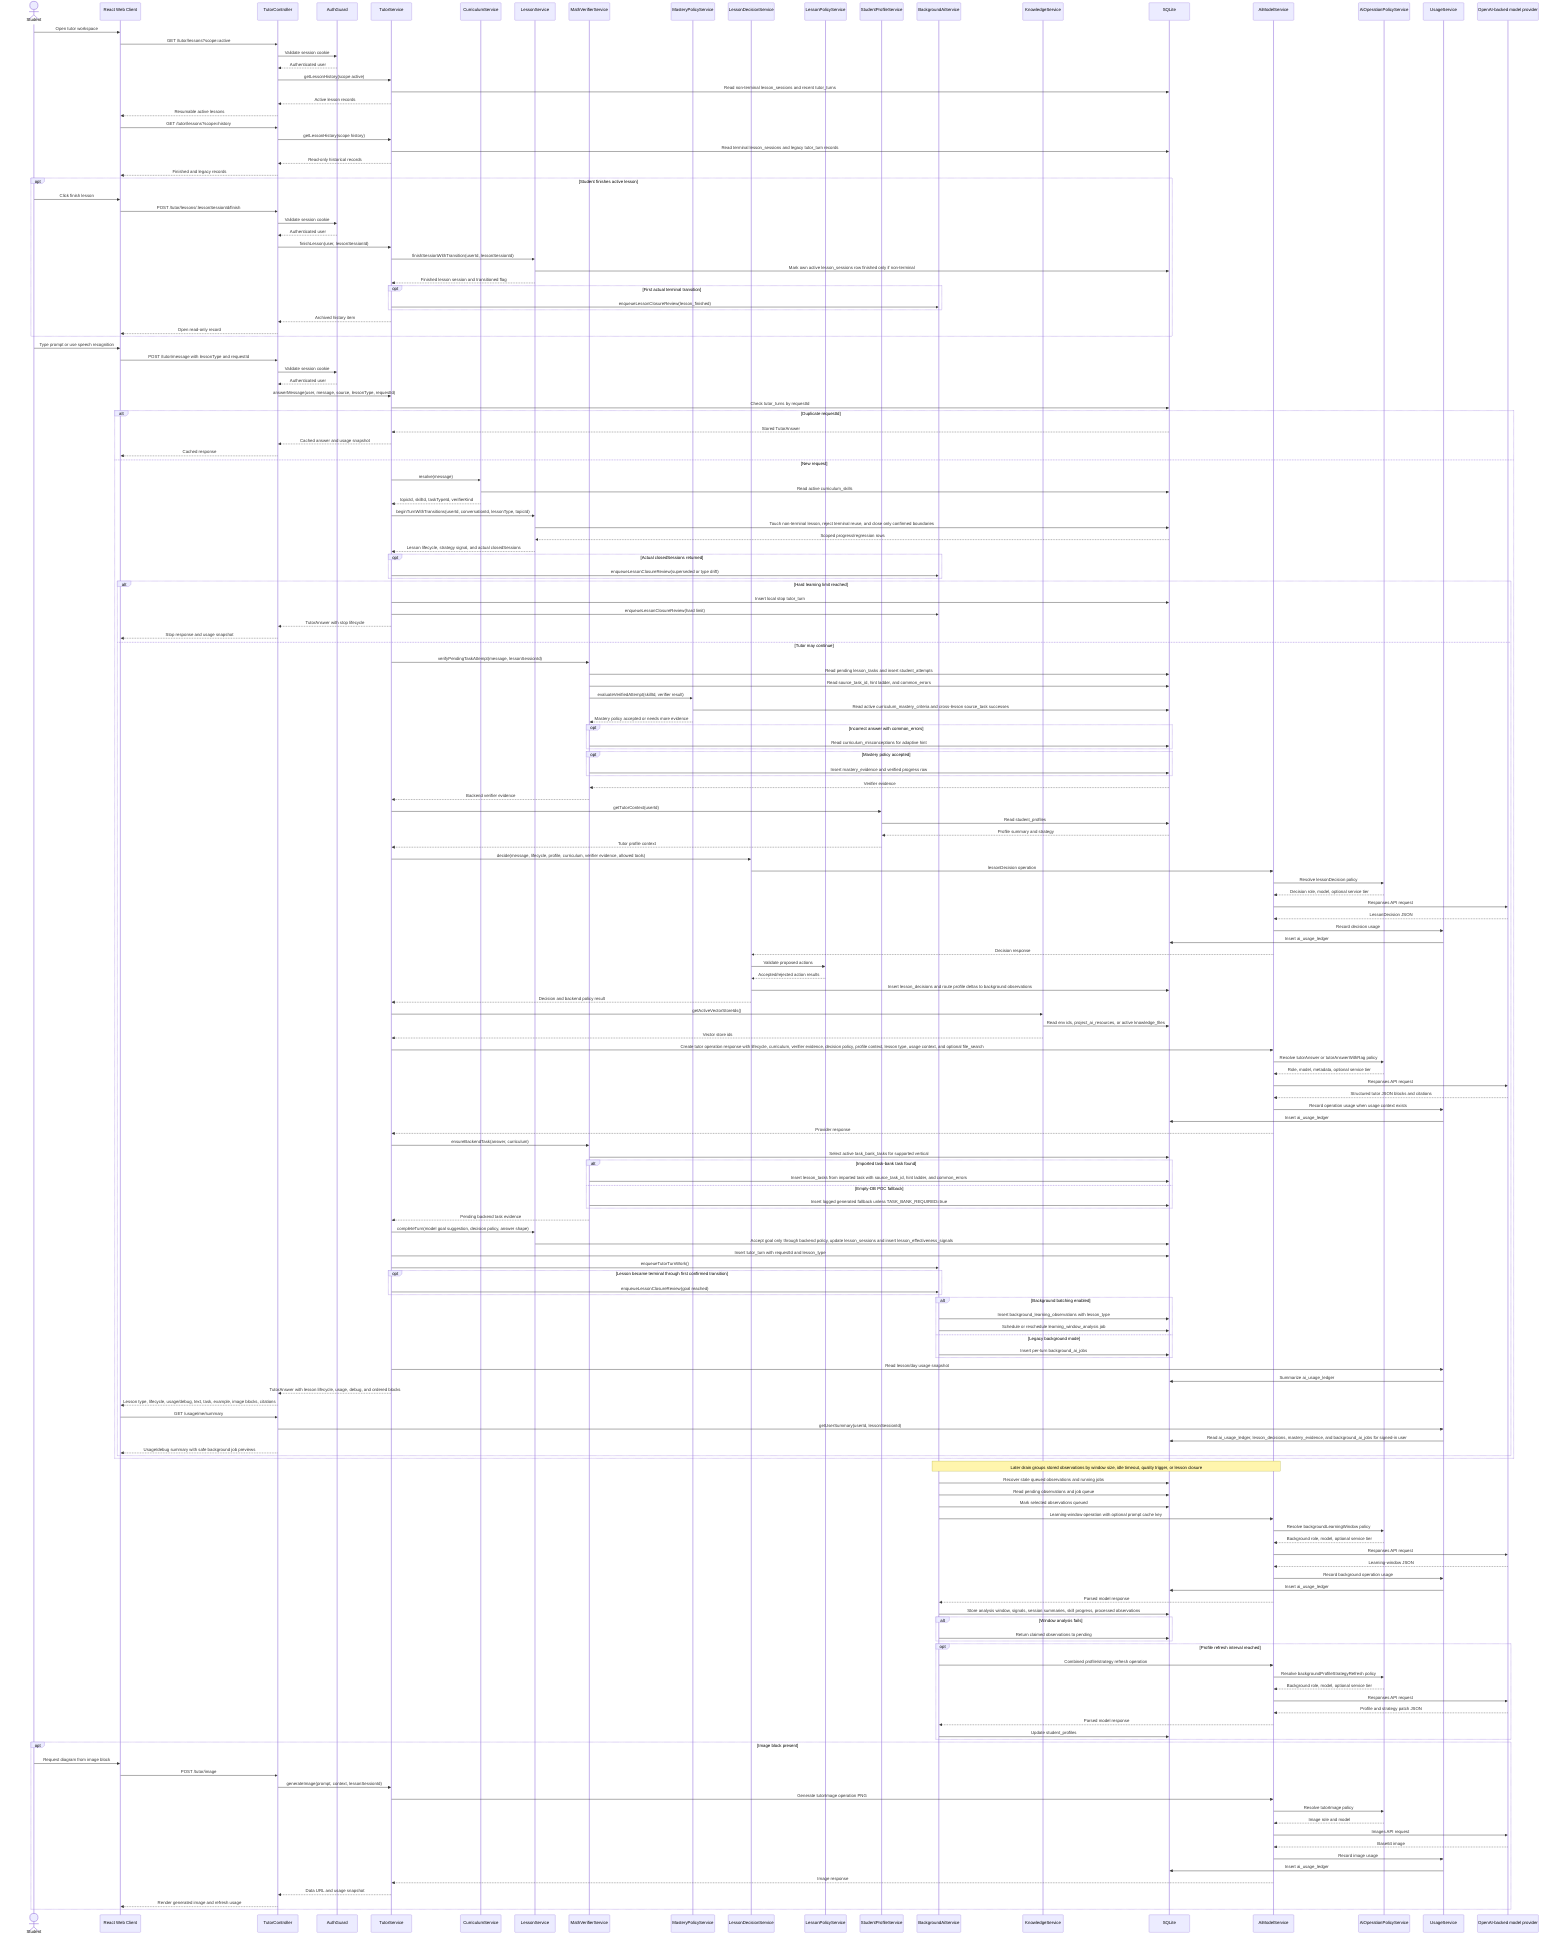
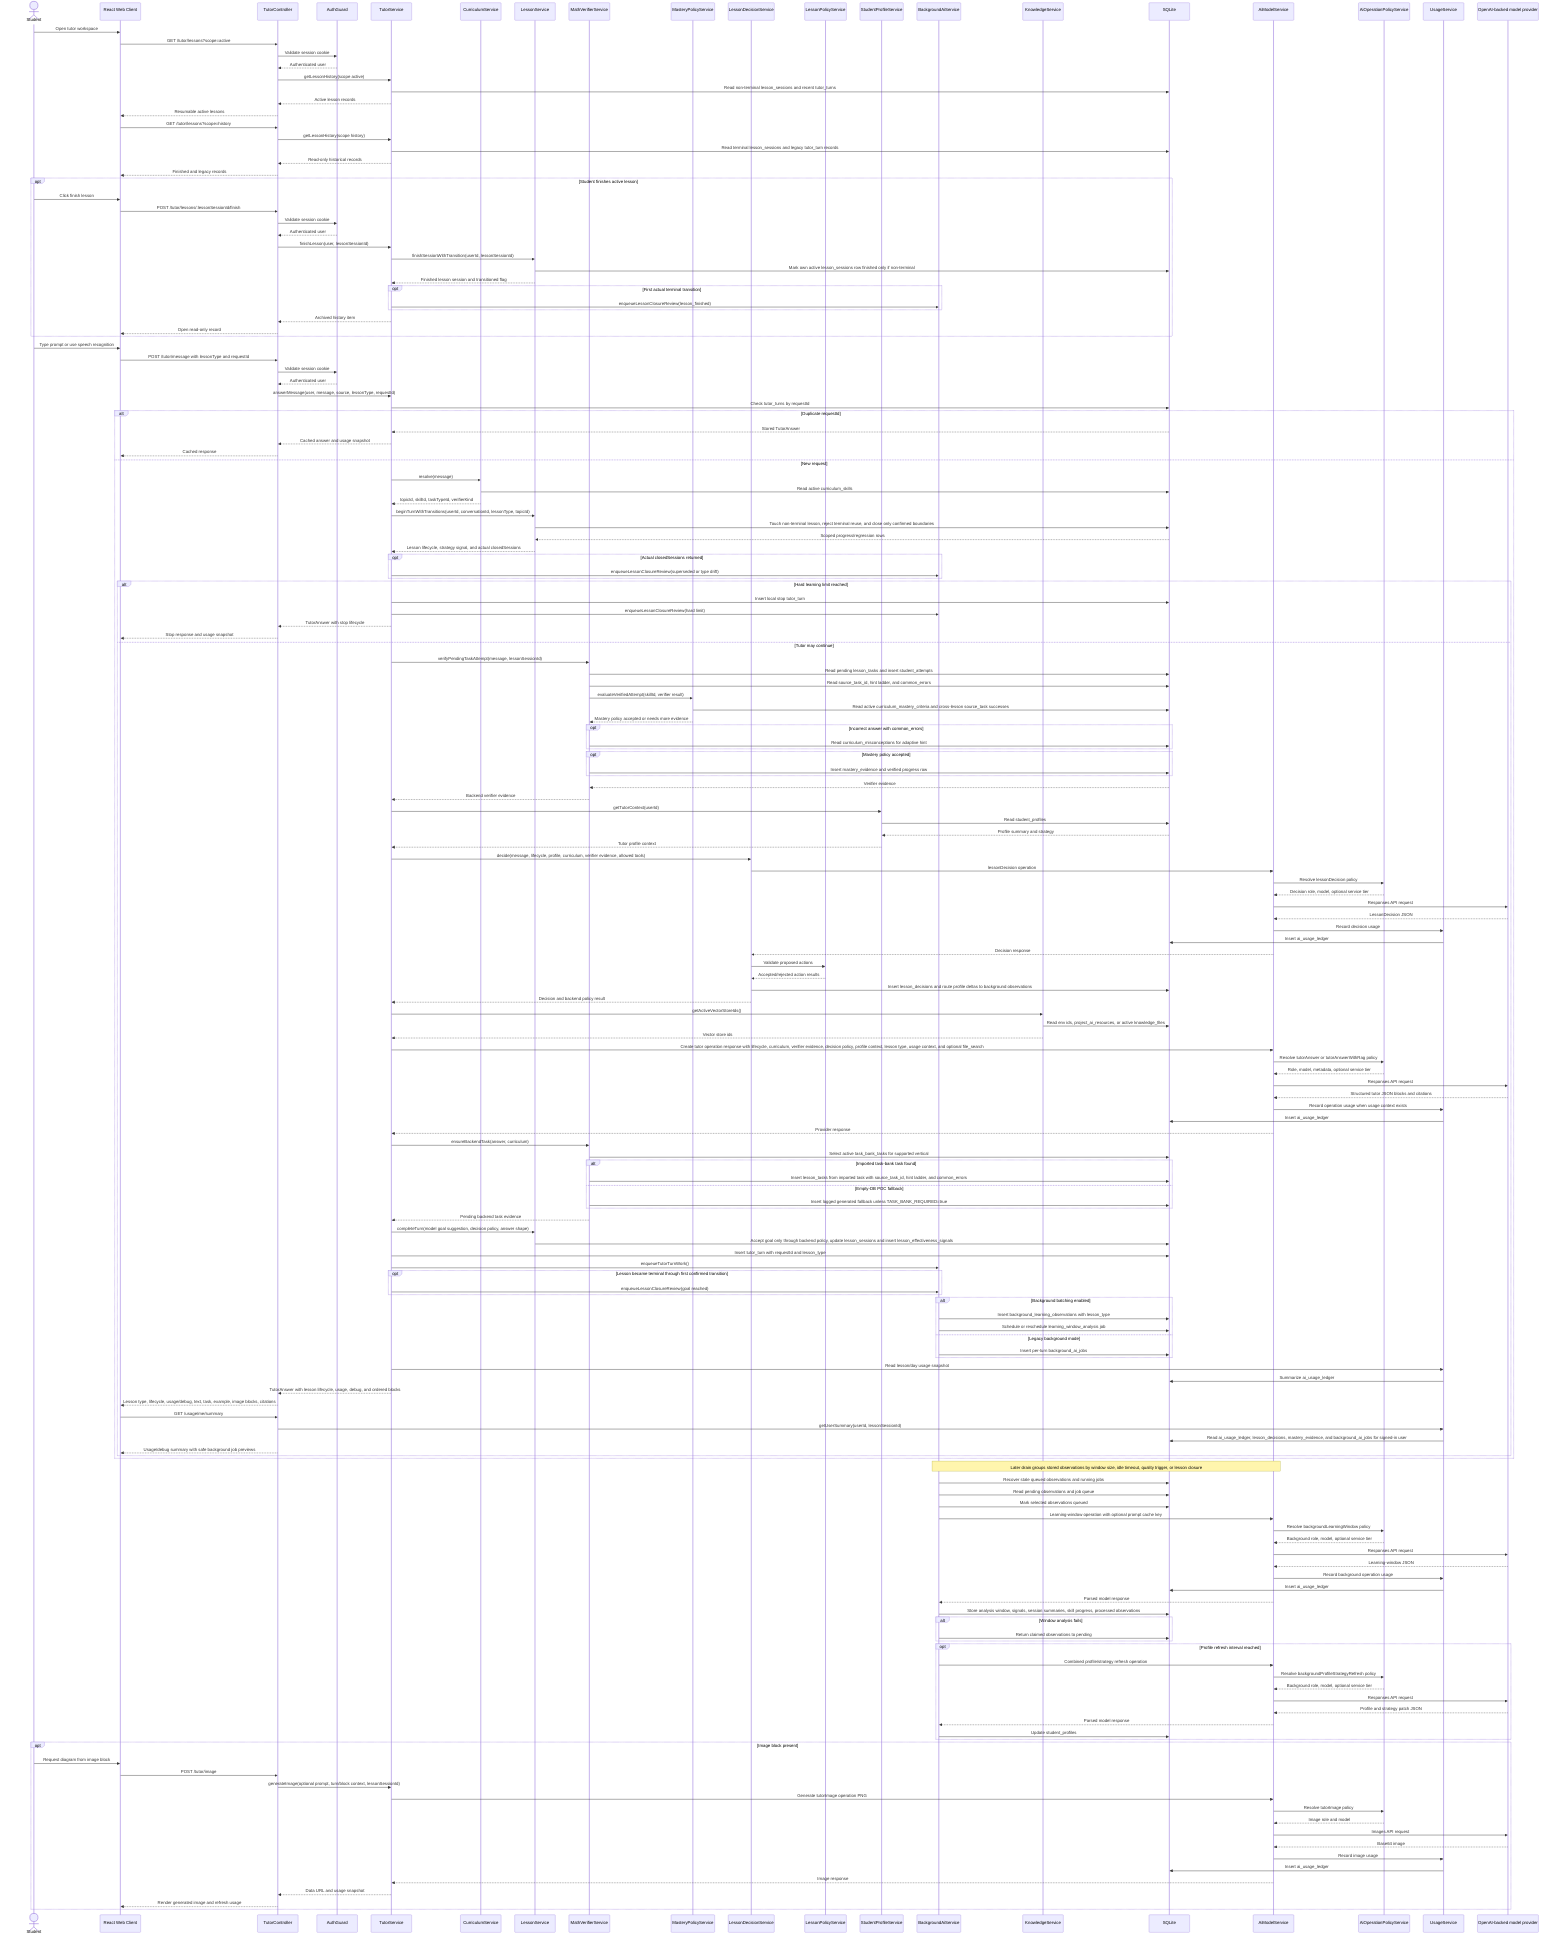
sequenceDiagram
  actor Student
  participant Web as React Web Client
  participant API as TutorController
  participant Auth as AuthGuard
  participant Tutor as TutorService
  participant Curriculum as CurriculumService
  participant Lesson as LessonService
  participant Verifier as MathVerifierService
  participant MasteryPolicy as MasteryPolicyService
  participant Decision as LessonDecisionService
  participant LessonPolicy as LessonPolicyService
  participant Profile as StudentProfileService
  participant Background as BackgroundAiService
  participant Knowledge as KnowledgeService
  participant DB as SQLite
  participant AIModel as AiModelService
  participant Policy as AiOperationPolicyService
  participant Usage as UsageService
  participant OpenAI as OpenAI-backed model provider

  Student->>Web: Open tutor workspace
  Web->>API: GET /tutor/lessons?scope=active
  API->>Auth: Validate session cookie
  Auth-->>API: Authenticated user
  API->>Tutor: getLessonHistory(scope active)
  Tutor->>DB: Read non-terminal lesson_sessions and recent tutor_turns
  Tutor-->>API: Active lesson records
  API-->>Web: Resumable active lessons
  Web->>API: GET /tutor/lessons?scope=history
  API->>Tutor: getLessonHistory(scope history)
  Tutor->>DB: Read terminal lesson_sessions and legacy tutor_turn records
  Tutor-->>API: Read-only historical records
  API-->>Web: Finished and legacy records
  opt Student finishes active lesson
    Student->>Web: Click finish lesson
    Web->>API: POST /tutor/lessons/:lessonSessionId/finish
    API->>Auth: Validate session cookie
    Auth-->>API: Authenticated user
    API->>Tutor: finishLesson(user, lessonSessionId)
    Tutor->>Lesson: finishSessionWithTransition(userId, lessonSessionId)
    Lesson->>DB: Mark own active lesson_sessions row finished only if non-terminal
    Lesson-->>Tutor: Finished lesson session and transitioned flag
    opt First actual terminal transition
      Tutor->>Background: enqueueLessonClosureReview(lesson_finished)
    end
    Tutor-->>API: Archived history item
    API-->>Web: Open read-only record
  end

  Student->>Web: Type prompt or use speech recognition
  Web->>API: POST /tutor/message with lessonType and requestId
  API->>Auth: Validate session cookie
  Auth-->>API: Authenticated user
  API->>Tutor: answerMessage(user, message, source, lessonType, requestId)
  Tutor->>DB: Check tutor_turns by requestId
  alt Duplicate requestId
    DB-->>Tutor: Stored TutorAnswer
    Tutor-->>API: Cached answer and usage snapshot
    API-->>Web: Cached response
  else New request
  Tutor->>Curriculum: resolve(message)
  Curriculum->>DB: Read active curriculum_skills
  Curriculum-->>Tutor: topicId, skillId, taskTypeId, verifierKind
  Tutor->>Lesson: beginTurnWithTransitions(userId, conversationId, lessonType, topicId)
  Lesson->>DB: Touch non-terminal lesson, reject terminal reuse, and close only confirmed boundaries
  DB-->>Lesson: Scoped progress/regression rows
  Lesson-->>Tutor: Lesson lifecycle, strategy signal, and actual closedSessions
  opt Actual closedSessions returned
    Tutor->>Background: enqueueLessonClosureReview(superseded or type drift)
  end
  alt Hard learning limit reached
    Tutor->>DB: Insert local stop tutor_turn
    Tutor->>Background: enqueueLessonClosureReview(hard limit)
    Tutor-->>API: TutorAnswer with stop lifecycle
    API-->>Web: Stop response and usage snapshot
  else Tutor may continue
  Tutor->>Verifier: verifyPendingTaskAttempt(message, lessonSessionId)
  Verifier->>DB: Read pending lesson_tasks and insert student_attempts
  Verifier->>DB: Read source_task_id, hint ladder, and common_errors
  Verifier->>MasteryPolicy: evaluateVerifiedAttempt(skillId, verifier result)
  MasteryPolicy->>DB: Read active curriculum_mastery_criteria and cross-lesson source_task successes
  MasteryPolicy-->>Verifier: Mastery policy accepted or needs more evidence
  opt Incorrect answer with common_errors
    Verifier->>DB: Read curriculum_misconceptions for adaptive hint
  end
  opt Mastery policy accepted
    Verifier->>DB: Insert mastery_evidence and verified progress row
  end
  DB-->>Verifier: Verifier evidence
  Verifier-->>Tutor: Backend verifier evidence
  Tutor->>Profile: getTutorContext(userId)
  Profile->>DB: Read student_profiles
  DB-->>Profile: Profile summary and strategy
  Profile-->>Tutor: Tutor profile context
  Tutor->>Decision: decide(message, lifecycle, profile, curriculum, verifier evidence, allowed tools)
  Decision->>AIModel: lessonDecision operation
  AIModel->>Policy: Resolve lessonDecision policy
  Policy-->>AIModel: Decision role, model, optional service tier
  AIModel->>OpenAI: Responses API request
  OpenAI-->>AIModel: LessonDecision JSON
  AIModel->>Usage: Record decision usage
  Usage->>DB: Insert ai_usage_ledger
  AIModel-->>Decision: Decision response
  Decision->>LessonPolicy: Validate proposed actions
  LessonPolicy-->>Decision: Accepted/rejected action results
  Decision->>DB: Insert lesson_decisions and route profile deltas to background observations
  Decision-->>Tutor: Decision and backend policy result
  Tutor->>Knowledge: getActiveVectorStoreIds()
  Knowledge->>DB: Read env ids, project_ai_resources, or active knowledge_files
  Knowledge-->>Tutor: Vector store ids
  Tutor->>AIModel: Create tutor operation response with lifecycle, curriculum, verifier evidence, decision policy, profile context, lesson type, usage context, and optional file_search
  AIModel->>Policy: Resolve tutorAnswer or tutorAnswerWithRag policy
  Policy-->>AIModel: Role, model, metadata, optional service tier
  AIModel->>OpenAI: Responses API request
  OpenAI-->>AIModel: Structured tutor JSON blocks and citations
  AIModel->>Usage: Record operation usage when usage context exists
  Usage->>DB: Insert ai_usage_ledger
  AIModel-->>Tutor: Provider response
  Tutor->>Verifier: ensureBackendTask(answer, curriculum)
  Verifier->>DB: Select active task_bank_tasks for supported vertical
  alt Imported task-bank task found
    Verifier->>DB: Insert lesson_tasks from imported task with source_task_id, hint ladder, and common_errors
  else Empty-DB POC fallback
    Verifier->>DB: Insert logged generated fallback unless TASK_BANK_REQUIRED=true
  end
  Verifier-->>Tutor: Pending backend task evidence
  Tutor->>Lesson: completeTurn(model goal suggestion, decision policy, answer shape)
  Lesson->>DB: Accept goal only through backend policy, update lesson_sessions and insert lesson_effectiveness_signals
  Tutor->>DB: Insert tutor_turn with requestId and lesson_type
  Tutor->>Background: enqueueTutorTurnWork()
  opt Lesson became terminal through first confirmed transition
    Tutor->>Background: enqueueLessonClosureReview(goal reached)
  end
  alt Background batching enabled
    Background->>DB: Insert background_learning_observations with lesson_type
    Background->>DB: Schedule or reschedule learning_window_analysis job
  else Legacy background mode
    Background->>DB: Insert per-turn background_ai_jobs
  end
  Tutor->>Usage: Read lesson/day usage snapshot
  Usage->>DB: Summarize ai_usage_ledger
  Tutor-->>API: TutorAnswer with lesson lifecycle, usage, debug, and ordered blocks
  API-->>Web: Lesson type, lifecycle, usage/debug, text, task, example, image blocks, citations
  Web->>API: GET /usage/me/summary
  API->>Usage: getUserSummary(userId, lessonSessionId)
  Usage->>DB: Read ai_usage_ledger, lesson_decisions, mastery_evidence, and background_ai_jobs for signed-in user
  API-->>Web: Usage/debug summary with safe background job previews
  end
  end
  Note over Background,AIModel: Later drain groups stored observations by window size, idle timeout, quality trigger, or lesson closure
  Background->>DB: Recover stale queued observations and running jobs
  Background->>DB: Read pending observations and job queue
  Background->>DB: Mark selected observations queued
  Background->>AIModel: Learning-window operation with optional prompt cache key
  AIModel->>Policy: Resolve backgroundLearningWindow policy
  Policy-->>AIModel: Background role, model, optional service tier
  AIModel->>OpenAI: Responses API request
  OpenAI-->>AIModel: Learning-window JSON
  AIModel->>Usage: Record background operation usage
  Usage->>DB: Insert ai_usage_ledger
  AIModel-->>Background: Parsed model response
  Background->>DB: Store analysis window, signals, session summaries, skill progress, processed observations
  alt Window analysis fails
    Background->>DB: Return claimed observations to pending
  end
  opt Profile refresh interval reached
    Background->>AIModel: Combined profile/strategy refresh operation
    AIModel->>Policy: Resolve backgroundProfileStrategyRefresh policy
    Policy-->>AIModel: Background role, model, optional service tier
    AIModel->>OpenAI: Responses API request
    OpenAI-->>AIModel: Profile and strategy patch JSON
    AIModel-->>Background: Parsed model response
    Background->>DB: Update student_profiles
  end
  opt Image block present
    Student->>Web: Request diagram from image block
    Web->>API: POST /tutor/image
-     API->>Tutor: generateImage(prompt, context, lessonSessionId)
+     API->>Tutor: generateImage(optional prompt, turn/block context, lessonSessionId)
    Tutor->>AIModel: Generate tutorImage operation PNG
    AIModel->>Policy: Resolve tutorImage policy
    Policy-->>AIModel: Image role and model
    AIModel->>OpenAI: Images API request
    OpenAI-->>AIModel: Base64 image
    AIModel->>Usage: Record image usage
    Usage->>DB: Insert ai_usage_ledger
    AIModel-->>Tutor: Image response
    Tutor-->>API: Data URL and usage snapshot
    API-->>Web: Render generated image and refresh usage
  end
